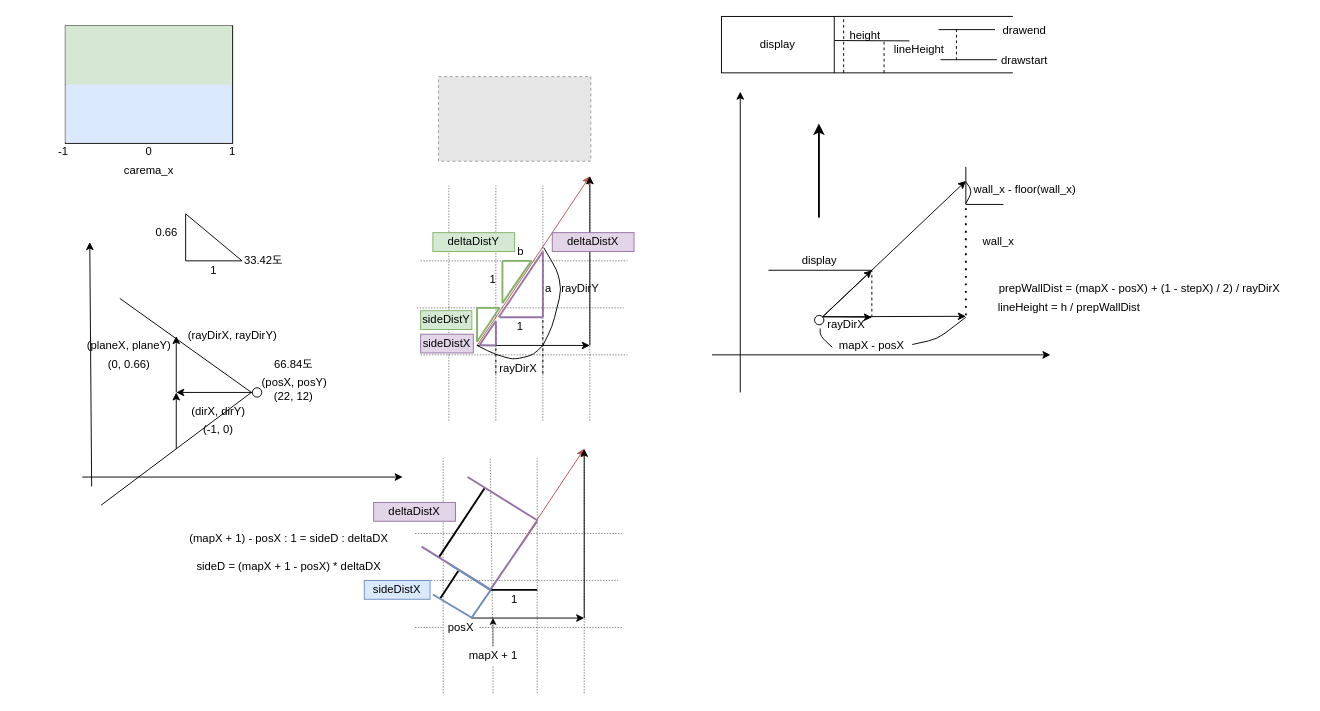
This is page "Page-1" (1 of 3) of cub3d.drawio from Lee-seungju/drawfile, a draw.io file, before an edit. Source tidied: cells renumbered, new cells numbered last; positions are measured from the earlier drawing's top-left corner, leaving out a move shared by most shapes. Both pictures are drawn from the tidied source at 94%, with x=0, y=0 at pixel (16, 16). Pictures stored in the file or linked from it are replaced by grey dashed boxes.
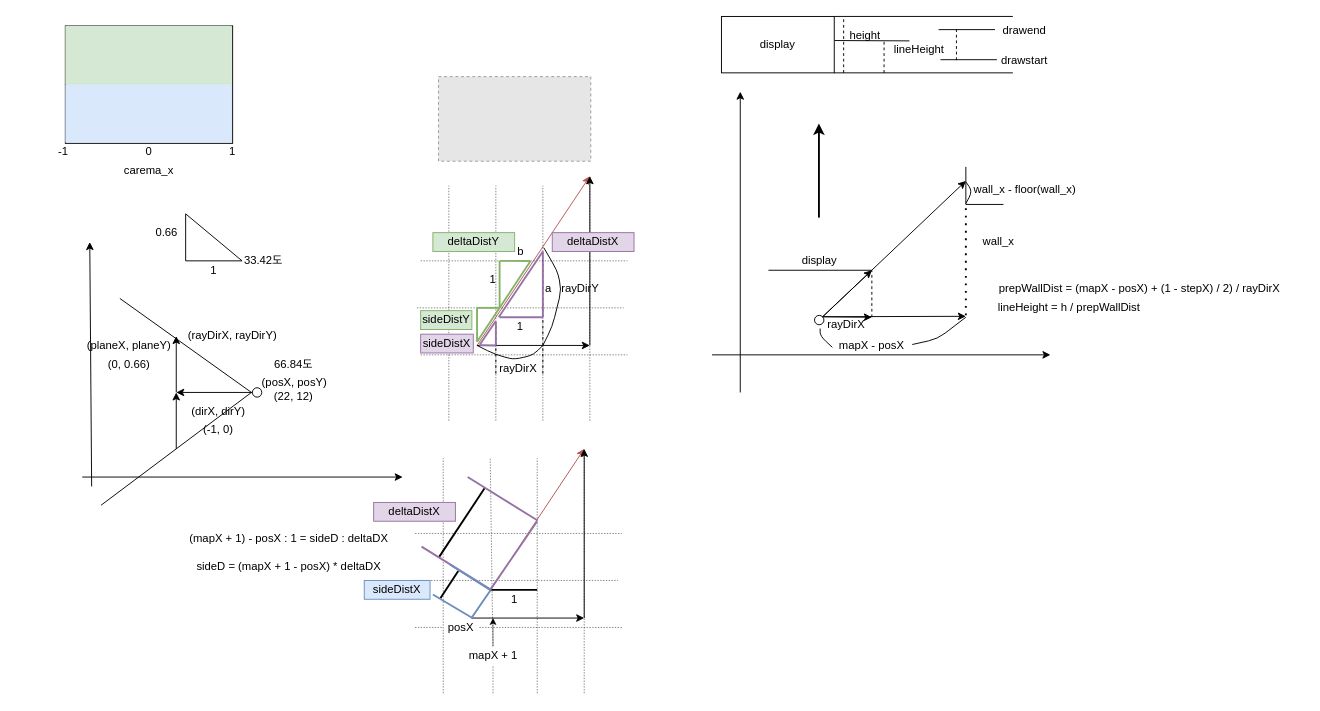
After the change.

Unchanged cells that the change refers to:
```xml
<mxCell id="47" value="b" style="text;html=1;strokeColor=none;fillColor=none;align=center;verticalAlign=middle;whiteSpace=wrap;rounded=0;" parent="1" vertex="1">
  <mxGeometry x="492.5" y="240" width="87" height="20" as="geometry" />
</mxCell>
```

The edit, as a diff of the source:
```diff
@@
     <mxCell id="44" style="endArrow=none;html=1;strokeWidth=2;fillColor=#d5e8d4;strokeColor=#82b366;" parent="1" edge="1">
       <mxGeometry relative="1" as="geometry">
-        <mxPoint x="517" y="305" as="sourcePoint" />
-        <mxPoint x="517" y="260" as="targetPoint" />
+        <mxPoint x="514" y="310" as="sourcePoint" />
+        <mxPoint x="514" y="260" as="targetPoint" />
       </mxGeometry>
     </mxCell>
-    <mxCell id="45" style="endArrow=none;html=1;strokeWidth=2;fillColor=#d5e8d4;strokeColor=#82b366;" parent="1" edge="1">
-      <mxGeometry relative="1" as="geometry">
-        <mxPoint x="547" y="260" as="sourcePoint" />
-        <mxPoint x="517" y="260" as="targetPoint" />
-      </mxGeometry>
+    <mxCell id="45" style="endArrow=none;html=1;strokeWidth=2;fillColor=#d5e8d4;strokeColor=#82b366;exitX=0.622;exitY=1.008;exitDx=0;exitDy=0;exitPerimeter=0;entryX=0.25;entryY=1;entryDx=0;entryDy=0;" parent="1" edge="1" source="47" target="47">
+      <mxGeometry relative="1" as="geometry" />
     </mxCell>
@@
-    <mxCell id="49" style="endArrow=none;html=1;strokeWidth=2;fillColor=#d5e8d4;strokeColor=#82b366;entryX=0.636;entryY=1.001;entryDx=0;entryDy=0;entryPerimeter=0;" parent="1" edge="1" target="47">
+    <mxCell id="49" style="endArrow=none;html=1;strokeWidth=2;fillColor=#d5e8d4;strokeColor=#82b366;entryX=0.625;entryY=1.008;entryDx=0;entryDy=0;entryPerimeter=0;" parent="1" edge="1" target="47">
       <mxGeometry relative="1" as="geometry">
-        <mxPoint x="517" y="305" as="sourcePoint" />
+        <mxPoint x="514" y="310" as="sourcePoint" />
       </mxGeometry>
     </mxCell>
```
